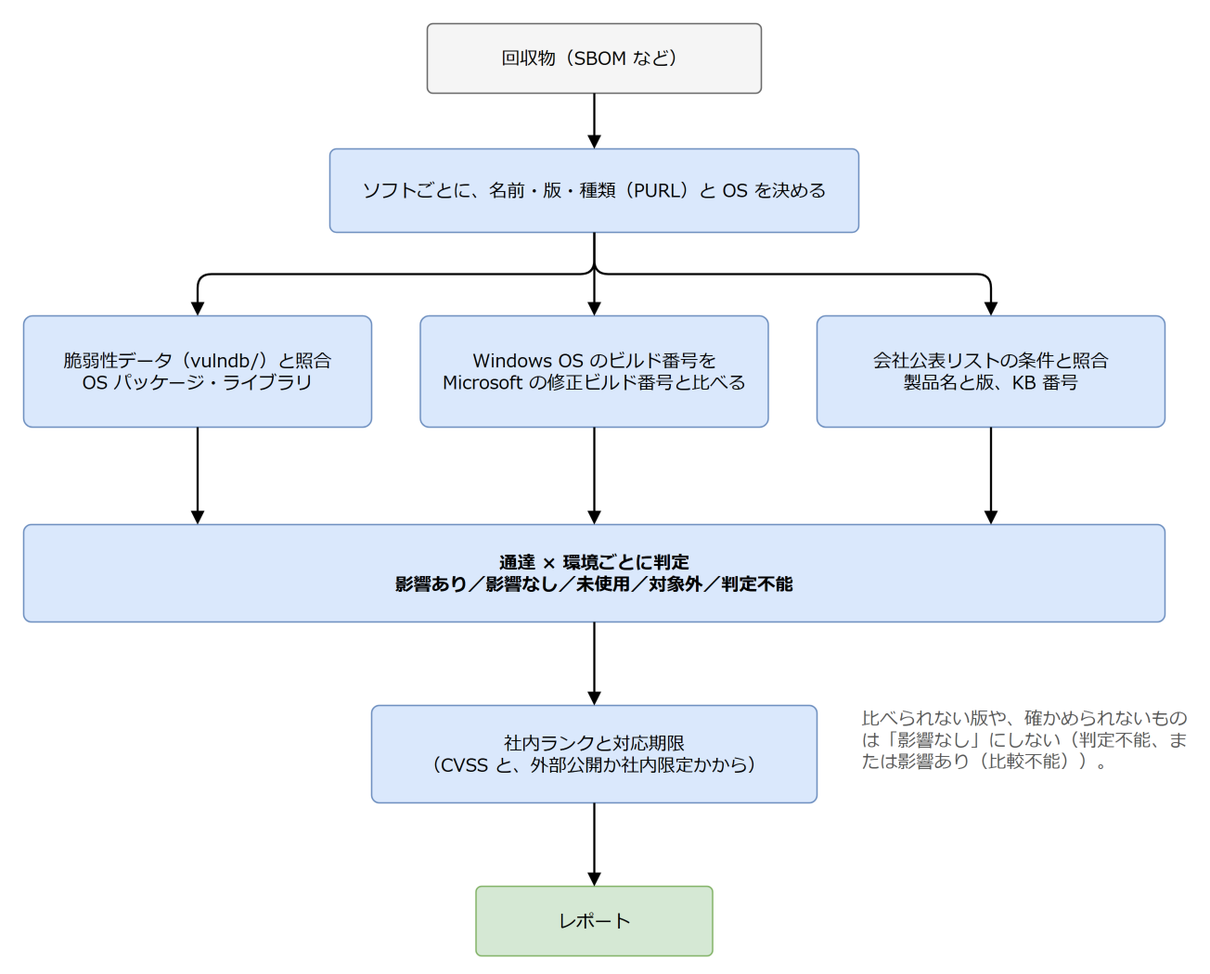
Earlier version of the draw.io export docs/images/matching.drawio.png (hsgwa/cve_chk). Source tidied: cells renumbered, new cells last; positions are measured from the earlier drawing's top-left corner, leaving out a move shared by most shapes.
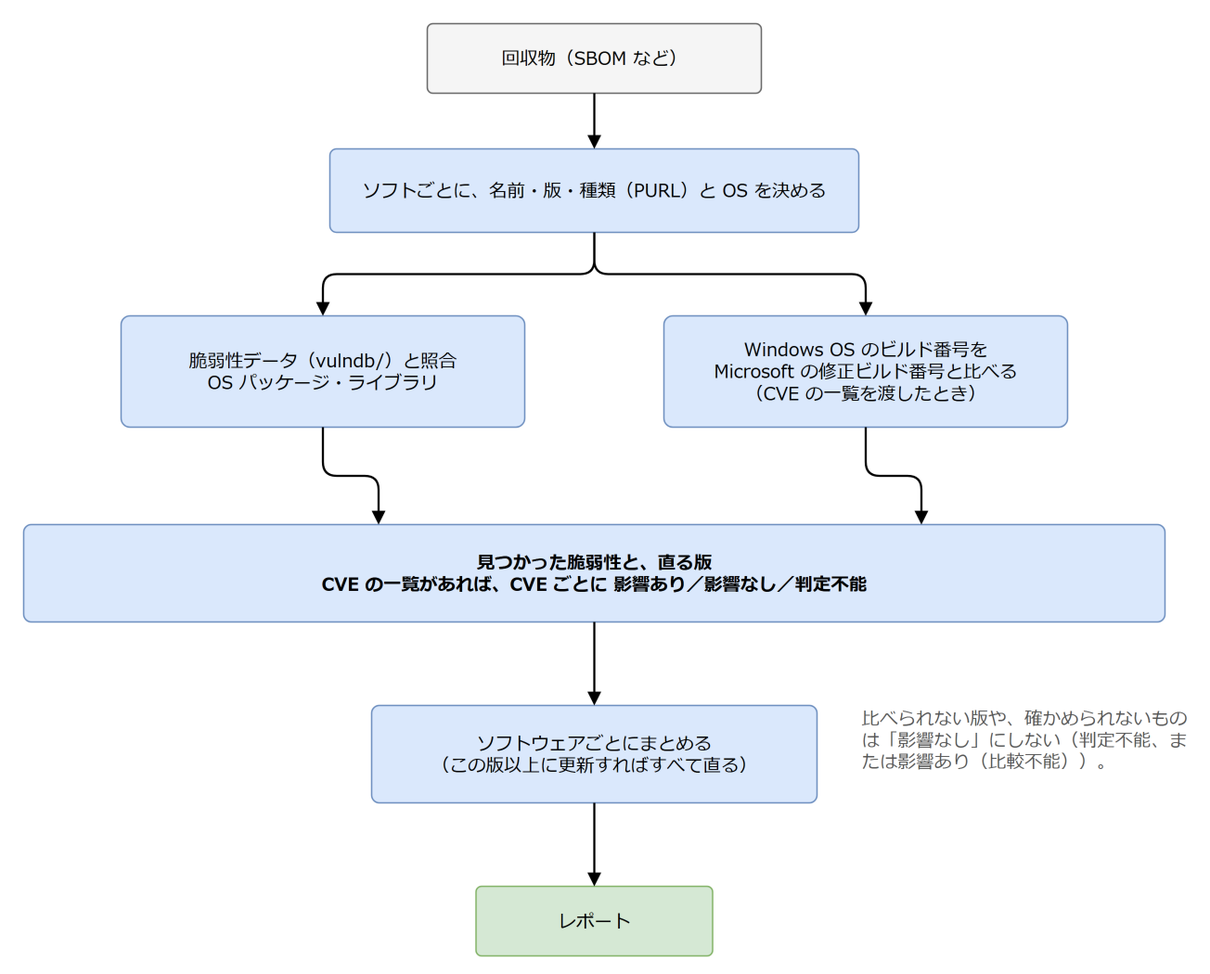
After the change.

What changed in the source:
```diff
@@ -9,52 +9,43 @@
       <mxGeometry x="220" y="90" width="380" height="60" as="geometry" />
     </mxCell>
     <mxCell id="4" value="脆弱性データ（vulndb/）と照合&lt;br&gt;OS パッケージ・ライブラリ" style="rounded=1;whiteSpace=wrap;html=1;arcSize=8;fontFamily=Meiryo;fontSize=13;fillColor=#DAE8FC;strokeColor=#6C8EBF;" parent="1" vertex="1">
-      <mxGeometry y="210" width="250" height="80" as="geometry" />
+      <mxGeometry x="70" y="210" width="290" height="80" as="geometry" />
     </mxCell>
-    <mxCell id="5" value="Windows OS のビルド番号を&lt;br&gt;Microsoft の修正ビルド番号と比べる" style="rounded=1;whiteSpace=wrap;html=1;arcSize=8;fontFamily=Meiryo;fontSize=13;fillColor=#DAE8FC;strokeColor=#6C8EBF;" parent="1" vertex="1">
-      <mxGeometry x="285" y="210" width="250" height="80" as="geometry" />
+    <mxCell id="5" value="Windows OS のビルド番号を&lt;br&gt;Microsoft の修正ビルド番号と比べる&lt;br&gt;（CVE の一覧を渡したとき）" style="rounded=1;whiteSpace=wrap;html=1;arcSize=8;fontFamily=Meiryo;fontSize=13;fillColor=#DAE8FC;strokeColor=#6C8EBF;" parent="1" vertex="1">
+      <mxGeometry x="460" y="210" width="290" height="80" as="geometry" />
     </mxCell>
-    <mxCell id="6" value="会社公表リストの条件と照合&lt;br&gt;製品名と版、KB 番号" style="rounded=1;whiteSpace=wrap;html=1;arcSize=8;fontFamily=Meiryo;fontSize=13;fillColor=#DAE8FC;strokeColor=#6C8EBF;" parent="1" vertex="1">
-      <mxGeometry x="570" y="210" width="250" height="80" as="geometry" />
+    <mxCell id="6" value="見つかった脆弱性と、直る版&lt;br&gt;CVE の一覧があれば、CVE ごとに 影響あり／影響なし／判定不能" style="rounded=1;whiteSpace=wrap;html=1;arcSize=8;fontFamily=Meiryo;fontSize=13;fillColor=#DAE8FC;strokeColor=#6C8EBF;fontStyle=1;" parent="1" vertex="1">
+      <mxGeometry y="360" width="820" height="70" as="geometry" />
     </mxCell>
-    <mxCell id="7" value="通達 × 環境ごとに判定&lt;br&gt;影響あり／影響なし／未使用／対象外／判定不能" style="rounded=1;whiteSpace=wrap;html=1;arcSize=8;fontFamily=Meiryo;fontSize=13;fillColor=#DAE8FC;strokeColor=#6C8EBF;fontStyle=1;" parent="1" vertex="1">
-      <mxGeometry y="360" width="820" height="70" as="geometry" />
+    <mxCell id="7" value="ソフトウェアごとにまとめる&lt;br&gt;（この版以上に更新すればすべて直る）" style="rounded=1;whiteSpace=wrap;html=1;arcSize=8;fontFamily=Meiryo;fontSize=13;fillColor=#DAE8FC;strokeColor=#6C8EBF;" parent="1" vertex="1">
+      <mxGeometry x="250" y="490" width="320" height="70" as="geometry" />
     </mxCell>
-    <mxCell id="8" value="社内ランクと対応期限&lt;br&gt;（CVSS と、外部公開か社内限定かから）" style="rounded=1;whiteSpace=wrap;html=1;arcSize=8;fontFamily=Meiryo;fontSize=13;fillColor=#DAE8FC;strokeColor=#6C8EBF;" parent="1" vertex="1">
-      <mxGeometry x="250" y="490" width="320" height="70" as="geometry" />
+    <mxCell id="8" value="レポート" style="rounded=1;whiteSpace=wrap;html=1;arcSize=8;fontFamily=Meiryo;fontSize=13;fillColor=#D5E8D4;strokeColor=#82B366;" parent="1" vertex="1">
+      <mxGeometry x="325" y="620" width="170" height="50" as="geometry" />
     </mxCell>
-    <mxCell id="9" value="レポート" style="rounded=1;whiteSpace=wrap;html=1;arcSize=8;fontFamily=Meiryo;fontSize=13;fillColor=#D5E8D4;strokeColor=#82B366;" parent="1" vertex="1">
-      <mxGeometry x="325" y="620" width="170" height="50" as="geometry" />
+    <mxCell id="9" style="edgeStyle=orthogonalEdgeStyle;rounded=1;html=1;endArrow=block;endFill=1;strokeWidth=1.5;fontFamily=Meiryo;fontSize=13;fontSize=12;labelBackgroundColor=#FFFFFF;" parent="1" edge="1" source="2" target="3">
+      <mxGeometry relative="1" as="geometry" />
     </mxCell>
-    <mxCell id="10" style="edgeStyle=orthogonalEdgeStyle;rounded=1;html=1;endArrow=block;endFill=1;strokeWidth=1.5;fontFamily=Meiryo;fontSize=13;fontSize=12;labelBackgroundColor=#FFFFFF;" parent="1" edge="1" source="2" target="3">
+    <mxCell id="10" style="edgeStyle=orthogonalEdgeStyle;rounded=1;html=1;endArrow=block;endFill=1;strokeWidth=1.5;fontFamily=Meiryo;fontSize=13;fontSize=12;labelBackgroundColor=#FFFFFF;exitX=0.5;exitY=1;exitDx=0;exitDy=0;entryX=0.5;entryY=0;entryDx=0;entryDy=0;" parent="1" edge="1" source="3" target="4">
       <mxGeometry relative="1" as="geometry" />
     </mxCell>
-    <mxCell id="11" style="edgeStyle=orthogonalEdgeStyle;rounded=1;html=1;endArrow=block;endFill=1;strokeWidth=1.5;fontFamily=Meiryo;fontSize=13;fontSize=12;labelBackgroundColor=#FFFFFF;exitX=0.5;exitY=1;exitDx=0;exitDy=0;entryX=0.5;entryY=0;entryDx=0;entryDy=0;" parent="1" edge="1" source="3" target="4">
+    <mxCell id="11" style="edgeStyle=orthogonalEdgeStyle;rounded=1;html=1;endArrow=block;endFill=1;strokeWidth=1.5;fontFamily=Meiryo;fontSize=13;fontSize=12;labelBackgroundColor=#FFFFFF;exitX=0.5;exitY=1;exitDx=0;exitDy=0;entryX=0.5;entryY=0;entryDx=0;entryDy=0;" parent="1" edge="1" source="3" target="5">
       <mxGeometry relative="1" as="geometry" />
     </mxCell>
-    <mxCell id="12" style="edgeStyle=orthogonalEdgeStyle;rounded=1;html=1;endArrow=block;endFill=1;strokeWidth=1.5;fontFamily=Meiryo;fontSize=13;fontSize=12;labelBackgroundColor=#FFFFFF;exitX=0.5;exitY=1;exitDx=0;exitDy=0;entryX=0.5;entryY=0;entryDx=0;entryDy=0;" parent="1" edge="1" source="3" target="5">
+    <mxCell id="12" style="edgeStyle=orthogonalEdgeStyle;rounded=1;html=1;endArrow=block;endFill=1;strokeWidth=1.5;fontFamily=Meiryo;fontSize=13;fontSize=12;labelBackgroundColor=#FFFFFF;exitX=0.5;exitY=1;exitDx=0;exitDy=0;entryX=0.31097560975609756;entryY=0;entryDx=0;entryDy=0;" parent="1" edge="1" source="4" target="6">
       <mxGeometry relative="1" as="geometry" />
     </mxCell>
-    <mxCell id="13" style="edgeStyle=orthogonalEdgeStyle;rounded=1;html=1;endArrow=block;endFill=1;strokeWidth=1.5;fontFamily=Meiryo;fontSize=13;fontSize=12;labelBackgroundColor=#FFFFFF;exitX=0.5;exitY=1;exitDx=0;exitDy=0;entryX=0.5;entryY=0;entryDx=0;entryDy=0;" parent="1" edge="1" source="3" target="6">
+    <mxCell id="13" style="edgeStyle=orthogonalEdgeStyle;rounded=1;html=1;endArrow=block;endFill=1;strokeWidth=1.5;fontFamily=Meiryo;fontSize=13;fontSize=12;labelBackgroundColor=#FFFFFF;exitX=0.5;exitY=1;exitDx=0;exitDy=0;entryX=0.7865853658536586;entryY=0;entryDx=0;entryDy=0;" parent="1" edge="1" source="5" target="6">
       <mxGeometry relative="1" as="geometry" />
     </mxCell>
-    <mxCell id="14" style="edgeStyle=orthogonalEdgeStyle;rounded=1;html=1;endArrow=block;endFill=1;strokeWidth=1.5;fontFamily=Meiryo;fontSize=13;fontSize=12;labelBackgroundColor=#FFFFFF;exitX=0.5;exitY=1;exitDx=0;exitDy=0;entryX=0.1524390243902439;entryY=0;entryDx=0;entryDy=0;" parent="1" edge="1" source="4" target="7">
+    <mxCell id="14" style="edgeStyle=orthogonalEdgeStyle;rounded=1;html=1;endArrow=block;endFill=1;strokeWidth=1.5;fontFamily=Meiryo;fontSize=13;fontSize=12;labelBackgroundColor=#FFFFFF;" parent="1" edge="1" source="6" target="7">
       <mxGeometry relative="1" as="geometry" />
     </mxCell>
-    <mxCell id="15" style="edgeStyle=orthogonalEdgeStyle;rounded=1;html=1;endArrow=block;endFill=1;strokeWidth=1.5;fontFamily=Meiryo;fontSize=13;fontSize=12;labelBackgroundColor=#FFFFFF;exitX=0.5;exitY=1;exitDx=0;exitDy=0;entryX=0.5;entryY=0;entryDx=0;entryDy=0;" parent="1" edge="1" source="5" target="7">
+    <mxCell id="15" style="edgeStyle=orthogonalEdgeStyle;rounded=1;html=1;endArrow=block;endFill=1;strokeWidth=1.5;fontFamily=Meiryo;fontSize=13;fontSize=12;labelBackgroundColor=#FFFFFF;" parent="1" edge="1" source="7" target="8">
       <mxGeometry relative="1" as="geometry" />
     </mxCell>
-    <mxCell id="16" style="edgeStyle=orthogonalEdgeStyle;rounded=1;html=1;endArrow=block;endFill=1;strokeWidth=1.5;fontFamily=Meiryo;fontSize=13;fontSize=12;labelBackgroundColor=#FFFFFF;exitX=0.5;exitY=1;exitDx=0;exitDy=0;entryX=0.8475609756097561;entryY=0;entryDx=0;entryDy=0;" parent="1" edge="1" source="6" target="7">
-      <mxGeometry relative="1" as="geometry" />
+    <mxCell id="16" value="比べられない版や、確かめられないものは「影響なし」にしない（判定不能、または影響あり（比較不能））。" style="text;html=1;whiteSpace=wrap;align=left;verticalAlign=top;fontFamily=Meiryo;fontSize=13;fontColor=#555555;" parent="1" vertex="1">
+      <mxGeometry x="600" y="485" width="240" height="90" as="geometry" />
     </mxCell>
-    <mxCell id="17" style="edgeStyle=orthogonalEdgeStyle;rounded=1;html=1;endArrow=block;endFill=1;strokeWidth=1.5;fontFamily=Meiryo;fontSize=13;fontSize=12;labelBackgroundColor=#FFFFFF;" parent="1" edge="1" source="7" target="8">
-      <mxGeometry relative="1" as="geometry" />
-    </mxCell>
-    <mxCell id="18" style="edgeStyle=orthogonalEdgeStyle;rounded=1;html=1;endArrow=block;endFill=1;strokeWidth=1.5;fontFamily=Meiryo;fontSize=13;fontSize=12;labelBackgroundColor=#FFFFFF;" parent="1" edge="1" source="8" target="9">
-      <mxGeometry relative="1" as="geometry" />
-    </mxCell>
-    <mxCell id="19" value="比べられない版や、確かめられないものは「影響なし」にしない（判定不能、または影響あり（比較不能））。" style="text;html=1;whiteSpace=wrap;align=left;verticalAlign=top;fontFamily=Meiryo;fontSize=13;fontColor=#555555;" parent="1" vertex="1">
-      <mxGeometry x="600" y="485" width="240" height="90" as="geometry" />
-    </mxCell>
   </root>
 </mxGraphModel>
```
